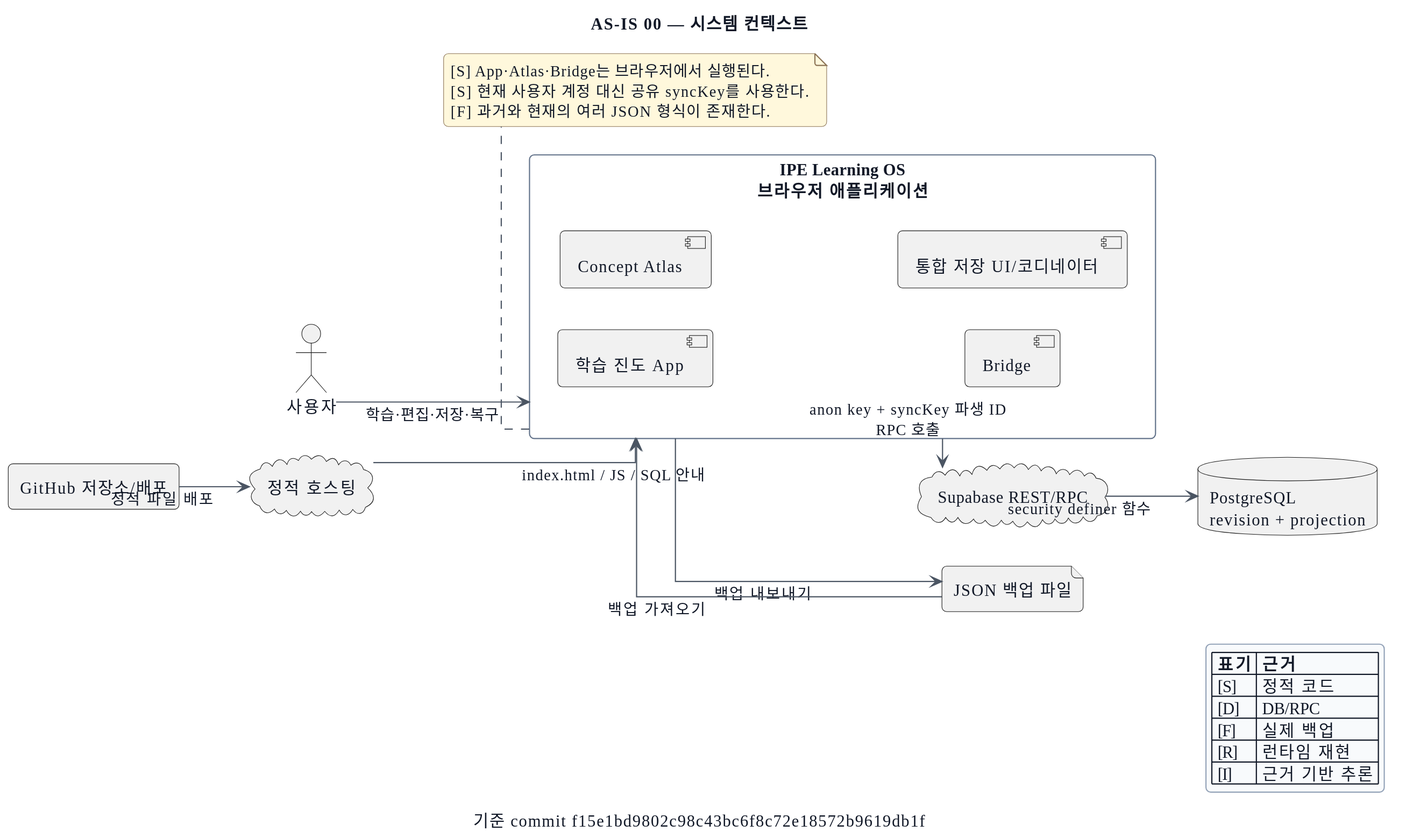
This is docs/architecture/as-is/rendered/00-system-context.svg from dhkdgh98/ipe-study-progress-system, a PlantUML export, as it was before one commit.
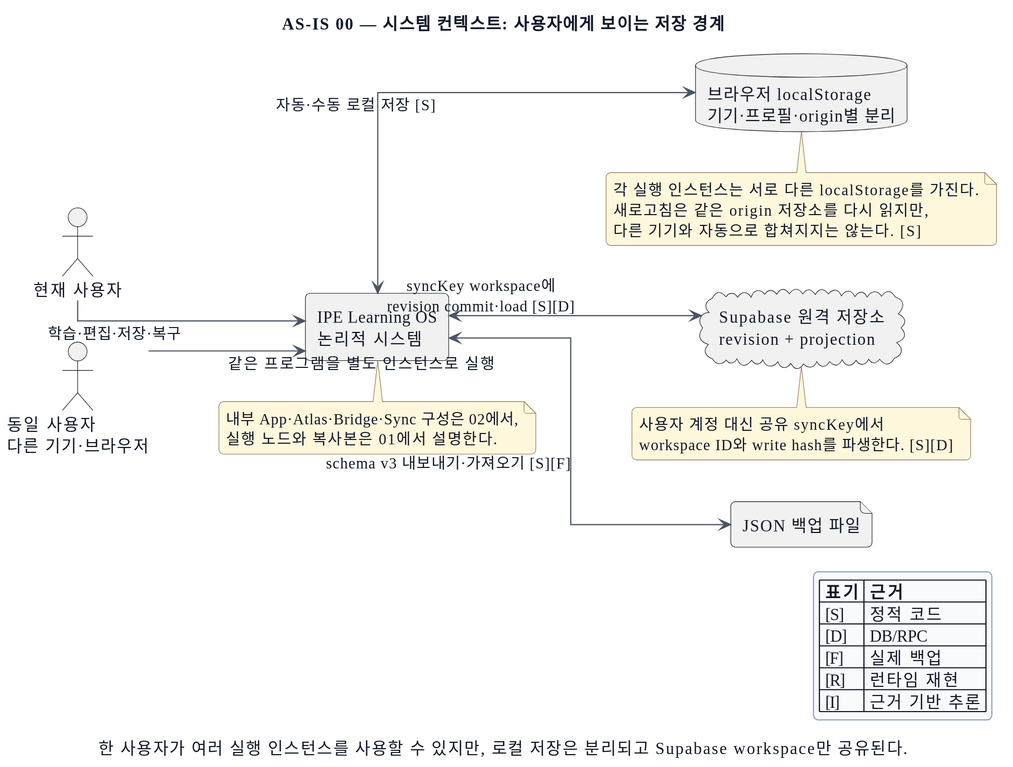
The same diagram one commit later.

Diff of the diagram source:
```diff
@@ -1,35 +1,36 @@
 @startuml
 !include _style.puml
-title AS-IS 00 — 시스템 컨텍스트
+title AS-IS 00 — 시스템 컨텍스트: 사용자에게 보이는 저장 경계
 left to right direction
 
-actor "사용자" as User
+actor "현재 사용자" as User
+actor "동일 사용자\n다른 기기·브라우저" as Other
 
-rectangle "IPE Learning OS\n브라우저 애플리케이션" as System {
-  component "학습 진도 App" as App
-  component "Concept Atlas" as Atlas
-  component "Bridge" as Bridge
-  component "통합 저장 UI/코디네이터" as Sync
-}
-
-cloud "정적 호스팅" as Hosting
-cloud "Supabase REST/RPC" as Supabase
-database "PostgreSQL\nrevision + projection" as DB
+rectangle "IPE Learning OS\n논리적 시스템" as System
+database "브라우저 localStorage\n기기·프로필·origin별 분리" as Local
+cloud "Supabase 원격 저장소\nrevision + projection" as Supabase
 file "JSON 백업 파일" as Backup
-rectangle "GitHub 저장소/배포" as GitHub
 
 User --> System : 학습·편집·저장·복구
-GitHub --> Hosting : 정적 파일 배포
-Hosting --> System : index.html / JS / SQL 안내
-System --> Supabase : anon key + syncKey 파생 ID\nRPC 호출
-Supabase --> DB : security definer 함수
-System --> Backup : 백업 내보내기
-Backup --> System : 백업 가져오기
+Other --> System : 같은 프로그램을 별도 인스턴스로 실행
+System <--> Local : 자동·수동 로컬 저장 [S]
+System <--> Supabase : syncKey workspace에\nrevision commit·load [S][D]
+System <--> Backup : schema v3 내보내기·가져오기 [S][F]
+
+note bottom of Local
+  각 실행 인스턴스는 서로 다른 localStorage를 가진다.
+  새로고침은 같은 origin 저장소를 다시 읽지만,
+  다른 기기와 자동으로 합쳐지지는 않는다. [S]
+end note
+
+note bottom of Supabase
+  사용자 계정 대신 공유 syncKey에서
+  workspace ID와 write hash를 파생한다. [S][D]
+end note
 
 note bottom of System
-  [S] App·Atlas·Bridge는 브라우저에서 실행된다.
-  [S] 현재 사용자 계정 대신 공유 syncKey를 사용한다.
-  [F] 과거와 현재의 여러 JSON 형식이 존재한다.
+  내부 App·Atlas·Bridge·Sync 구성은 02에서,
+  실행 노드와 복사본은 01에서 설명한다.
 end note
 
 legend right
@@ -41,5 +42,5 @@
   | [I] | 근거 기반 추론 |
 endlegend
 
-caption 기준 commit f15e1bd9802c98c43bc6f8c72e18572b9619db1f
+caption 한 사용자가 여러 실행 인스턴스를 사용할 수 있지만, 로컬 저장은 분리되고 Supabase workspace만 공유된다.
 @enduml
```
